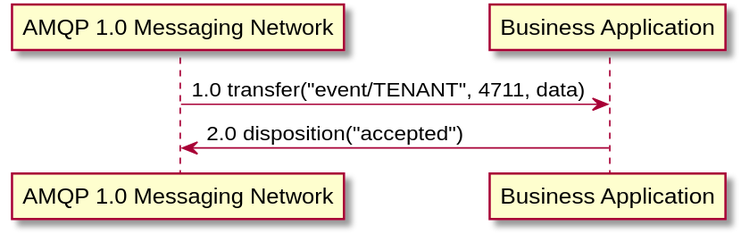
Before: site/documentation/content/api/consumeEvent_Success.svg, a diagram exported from PlantUML (eclipse-hono/hono). The source it was exported from:
```plantuml
@startuml
scale 1.2

participant "AMQP 1.0 Messaging Network"
participant "Business Application"

"AMQP 1.0 Messaging Network" -> "Business Application": 1.0 transfer("event/TENANT", 4711, data)
"Business Application" -> "AMQP 1.0 Messaging Network": 2.0 disposition("accepted")
@enduml
```
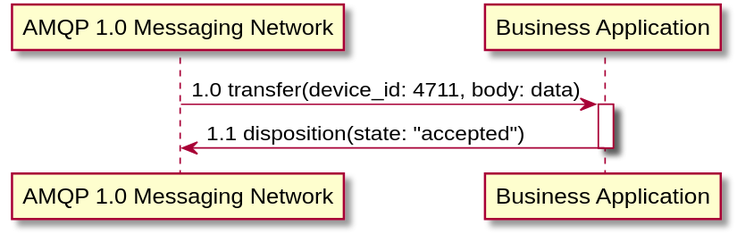
The same file after the commit.

Diff of the diagram source:
```diff
@@ -4,6 +4,6 @@
 participant "AMQP 1.0 Messaging Network"
 participant "Business Application"
 
-"AMQP 1.0 Messaging Network" -> "Business Application": 1.0 transfer("event/TENANT", 4711, data)
-"Business Application" -> "AMQP 1.0 Messaging Network": 2.0 disposition("accepted")
+"AMQP 1.0 Messaging Network" -> "Business Application"+: 1.0 transfer(device_id: 4711, body: data)
+"Business Application" -> "AMQP 1.0 Messaging Network"-: 1.1 disposition(state: "accepted")
 @enduml
```
